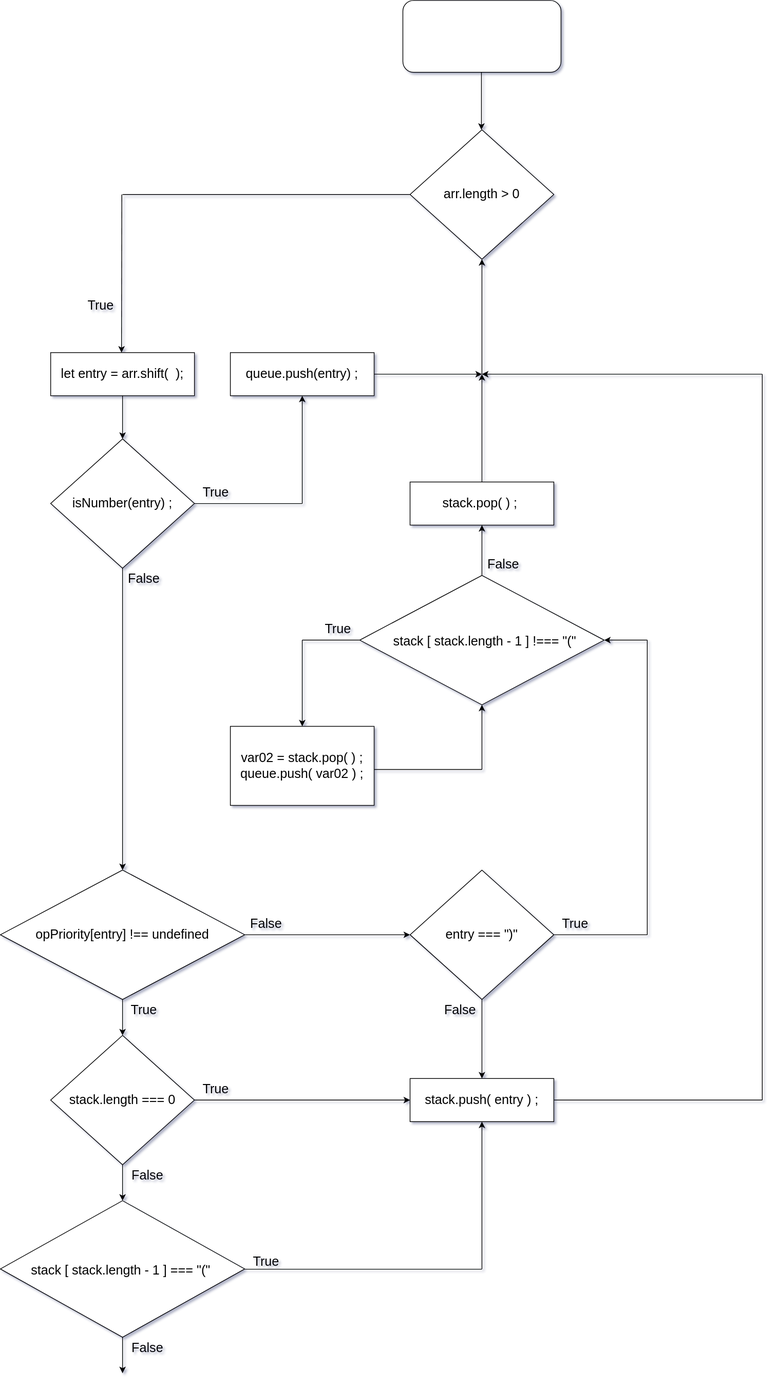
jcgm3205/jcgm3205 keeps this draw.io diagram as Untitled Diagram.drawio.svg. Above is the earlier version. Source tidied: cells renumbered, new cells last; positions are measured from the earlier drawing's top-left corner, leaving out a move shared by most shapes.
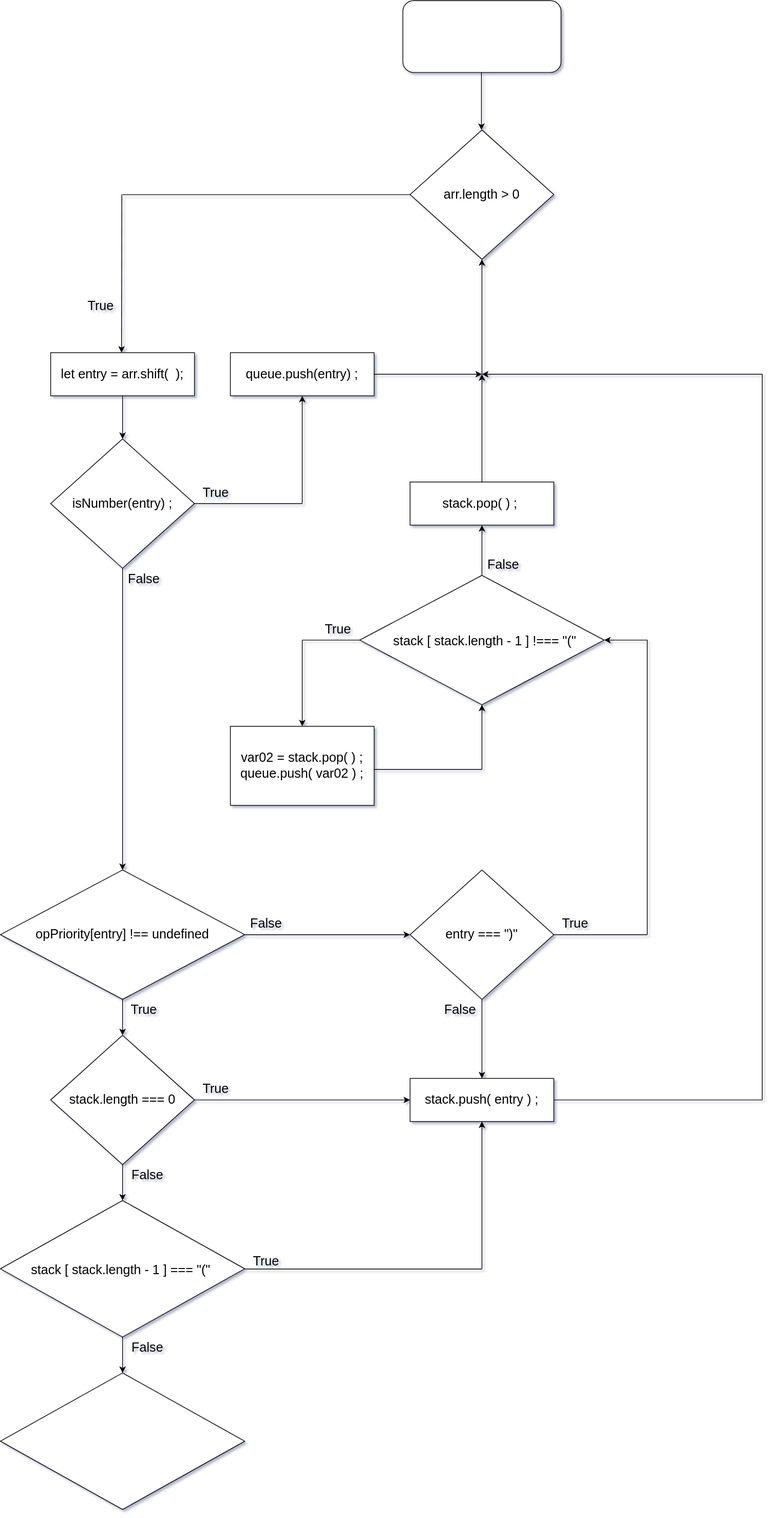
After the commit.

What changed in the source:
```diff
@@ -269,5 +269,8 @@
     <mxCell id="67" value="False" style="text;html=1;strokeColor=none;fillColor=none;align=center;verticalAlign=middle;whiteSpace=wrap;rounded=0;fontSize=18;" parent="1" vertex="1">
       <mxGeometry x="170" y="1860" width="70" height="30" as="geometry" />
     </mxCell>
+    <mxCell id="68" style="rhombus;whiteSpace=wrap;html=1;fontSize=14;" parent="1" vertex="1">
+      <mxGeometry y="1910" width="340" height="190" as="geometry" />
+    </mxCell>
   </root>
 </mxGraphModel>
```
